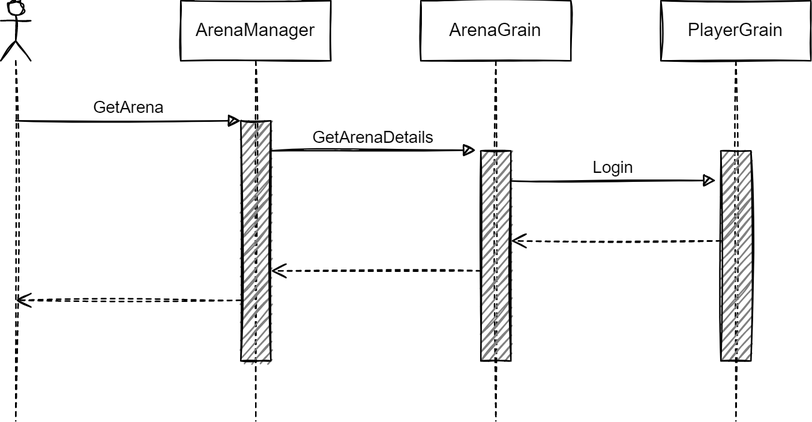
The draw.io diagram Drawings/Sequences/02-GetArenaDetails.drawio.png in Djohnnie/CSharpWars-Orleans, before a commit. Source tidied: cells renumbered, new cells last; positions are measured from the earlier drawing's top-left corner, leaving out a move shared by most shapes.
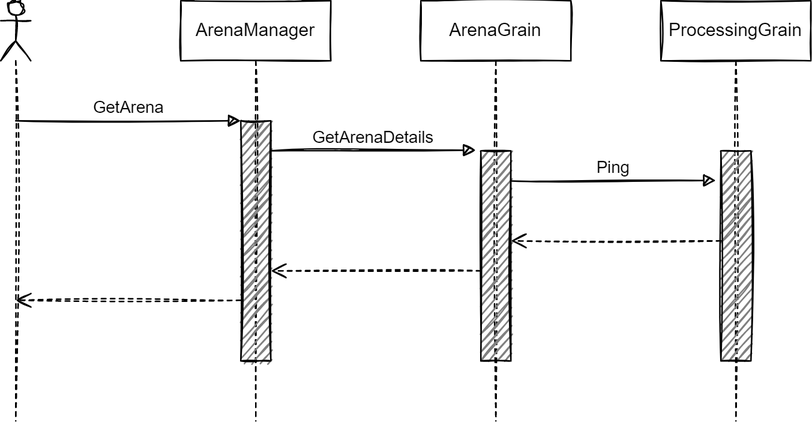
After the commit.

The edit, as a diff of the source:
```diff
@@ -34,13 +34,13 @@
         <mxPoint x="180" y="100" as="sourcePoint" />
       </mxGeometry>
     </mxCell>
-    <mxCell id="10" value="PlayerGrain" style="shape=umlLifeline;perimeter=lifelinePerimeter;whiteSpace=wrap;html=1;sketch=1;" parent="1" vertex="1">
+    <mxCell id="10" value="ProcessingGrain" style="shape=umlLifeline;perimeter=lifelinePerimeter;whiteSpace=wrap;html=1;sketch=1;" parent="1" vertex="1">
       <mxGeometry x="440" width="100" height="280" as="geometry" />
     </mxCell>
     <mxCell id="11" style="html=1;perimeter=orthogonalPerimeter;fillColor=#808080;sketch=1;" parent="10" vertex="1">
       <mxGeometry x="40" y="100" width="20" height="140" as="geometry" />
     </mxCell>
-    <mxCell id="12" value="Login" style="html=1;verticalAlign=bottom;endArrow=block;entryX=-0.167;entryY=-0.003;entryDx=0;entryDy=0;entryPerimeter=0;sketch=1;" parent="10" edge="1">
+    <mxCell id="12" value="Ping" style="html=1;verticalAlign=bottom;endArrow=block;entryX=-0.167;entryY=-0.003;entryDx=0;entryDy=0;entryPerimeter=0;sketch=1;" parent="10" edge="1">
       <mxGeometry relative="1" as="geometry">
         <mxPoint x="-100" y="120.1" as="sourcePoint" />
         <mxPoint x="36.7" y="119.8" as="targetPoint" />
```
